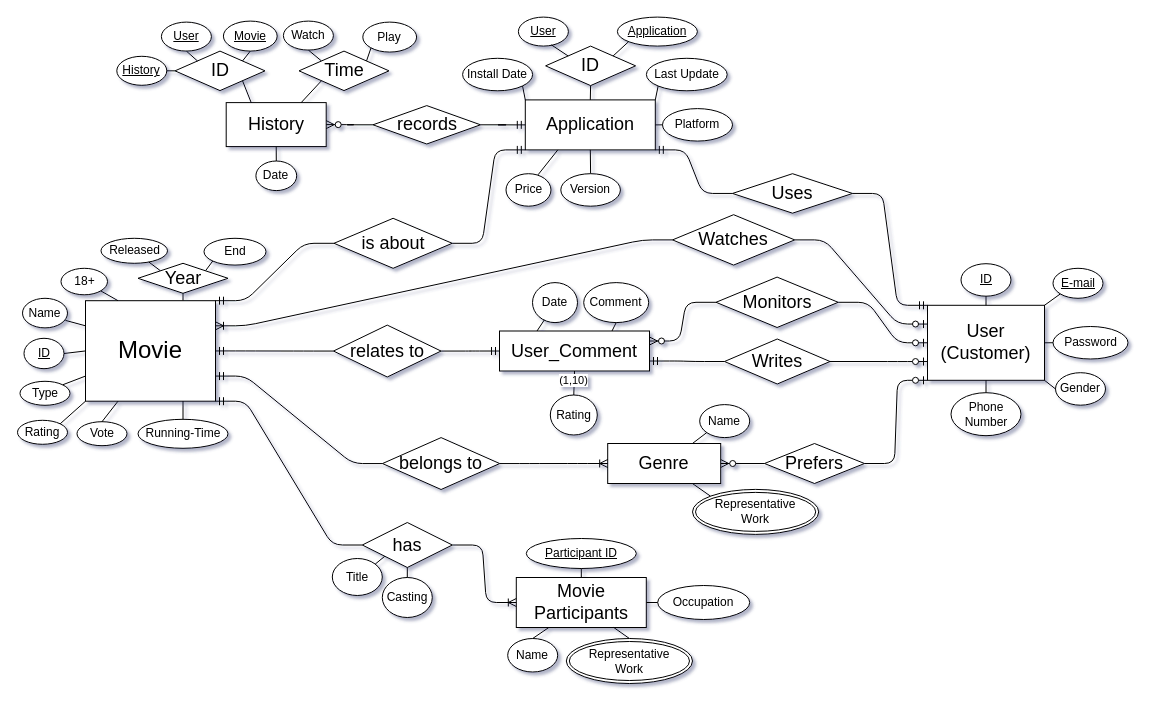
Above: page "Crow_Foot" (2 of 2) of Assignment1_ER_Modeling/Movie.drawio in hjpark83/DBMS (draw.io), before the change. Source tidied: cells renumbered, new cells numbered last; positions are measured from the earlier drawing's top-left corner, leaving out a move shared by most shapes. Both pictures are drawn from the tidied source at 100%, with x=0, y=0 at pixel (17, 17).
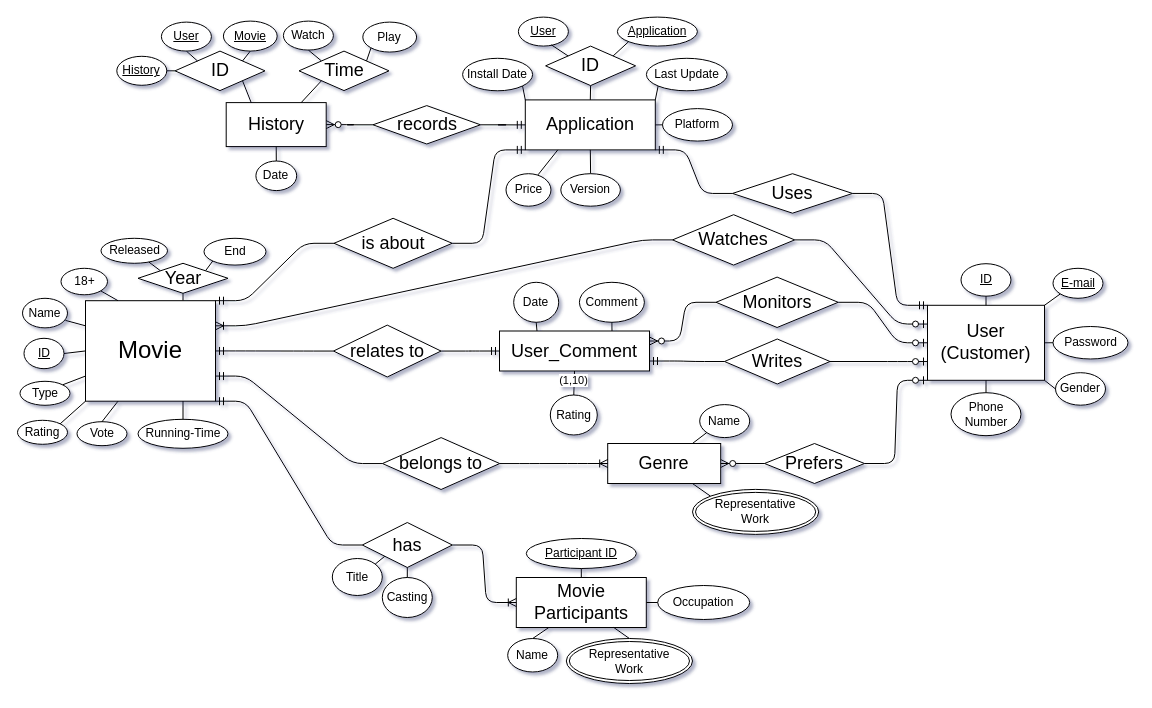
Above is the later version.

Unchanged cells that the change refers to:
```xml
<mxCell id="4" value="&lt;font style=&quot;font-size: 18px;&quot;&gt;User_Comment&lt;/font&gt;" style="whiteSpace=wrap;html=1;align=center;rounded=0;" parent="1" vertex="1">
  <mxGeometry x="482" y="313.5" width="150" height="40" as="geometry" />
</mxCell>
```

Diff of the diagram source:
```diff
@@
     <mxCell id="6" value="Date" style="ellipse;whiteSpace=wrap;html=1;align=center;rounded=1;" parent="1" vertex="1">
-      <mxGeometry x="515" y="265.1" width="45" height="40" as="geometry" />
+      <mxGeometry x="496.2" y="264.8" width="45" height="40" as="geometry" />
     </mxCell>
     <mxCell id="7" value="Comment" style="ellipse;whiteSpace=wrap;html=1;align=center;rounded=1;" parent="1" vertex="1">
-      <mxGeometry x="566.2" y="265.1" width="65" height="40" as="geometry" />
+      <mxGeometry x="561.9" y="264.8" width="65" height="40" as="geometry" />
     </mxCell>
@@
-    <mxCell id="10" style="endArrow=none;html=1;rounded=1;exitX=0.25;exitY=0;exitDx=0;exitDy=0;entryX=0.264;entryY=0.932;entryDx=0;entryDy=0;entryPerimeter=0;" parent="1" edge="1" source="4" target="6">
+    <mxCell id="10" style="endArrow=none;html=1;rounded=1;exitX=0.25;exitY=0;exitDx=0;exitDy=0;entryX=0.5;entryY=1;entryDx=0;entryDy=0;" parent="1" edge="1" source="4" target="6">
       <mxGeometry relative="1" as="geometry" />
     </mxCell>
```
